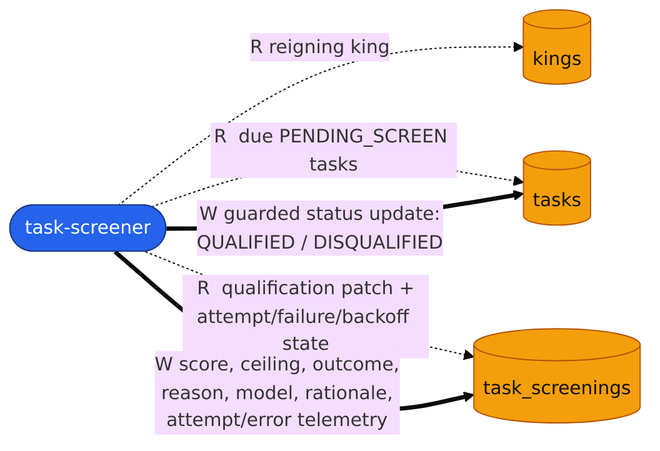
Before: docs/diagrams/db-task-screener.png, a diagram exported from Mermaid (ninja-subnet/ninja-validator). Its source is kept beside it as docs/diagrams/db-task-screener.mmd.
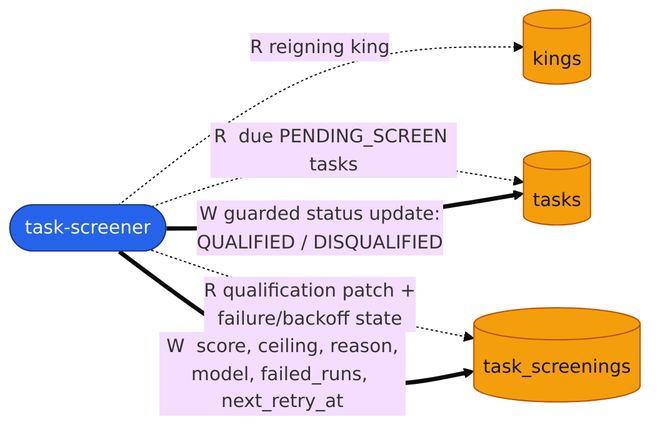
The same diagram one commit later.

Diff of the diagram source:
```diff
@@ -7,9 +7,9 @@
 
     sc -. "R  reigning king" .-> kings
     sc -. "R  due PENDING_SCREEN tasks" .-> tasks
-    sc -. "R  qualification patch +<br/>attempt/failure/backoff state" .-> screen
+    sc -. "R  qualification patch +<br/>failure/backoff state" .-> screen
     sc == "W  guarded status update:<br/>QUALIFIED / DISQUALIFIED" ==> tasks
-    sc == "W  score, ceiling, outcome,<br/>reason, model, rationale,<br/>attempt/error telemetry" ==> screen
+    sc == "W  score, ceiling, reason,<br/>model, failed_runs, next_retry_at" ==> screen
 
     classDef worker fill:#2563eb,stroke:#1e3a8a,color:#fff;
     classDef store fill:#f59e0b,stroke:#b45309,color:#111;
```
